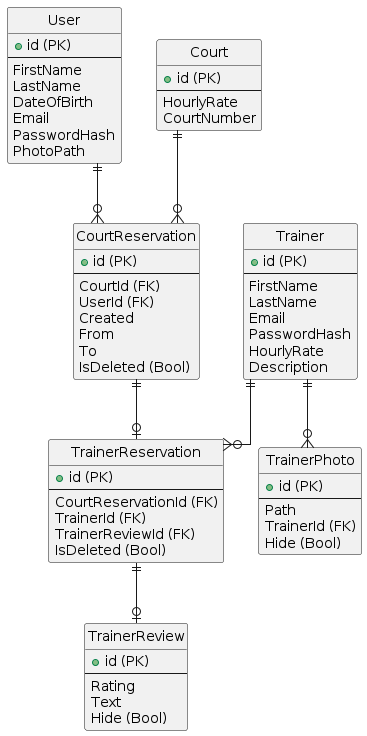
radohanculak/pv179-badminton keeps this PlantUML diagram as diagram/ERD.png. Above is the earlier version. The source it was exported from:
```plantuml
@startuml
hide circle

skinparam linetype ortho


entity User  {
  + id (PK)
  --
  FirstName
  LastName
  DateOfBirth
  Email
  PasswordHash
  PhotoPath
}

entity Trainer  {
  + id (PK)
  --
  FirstName
  LastName
  Email
  PasswordHash
  HourlyRate
  Description
}

entity TrainerPhoto {
  + id (PK)
  --
  Path
  TrainerId (FK)
  Hide (Bool)
}

entity TrainerReview {
  + id (PK)
  --
  Rating
  Text
  Hide (Bool)
}

entity Court {
  + id (PK)
  --
  HourlyRate
  CourtNumber
}

entity CourtReservation {
  + id (PK)
  --
  CourtId (FK)
  UserId (FK)
  Created
  From
  To
  IsDeleted (Bool)
}

entity TrainerReservation {
  + id (PK)
  --
  CourtReservationId (FK)
  TrainerId (FK)
  TrainerReviewId (FK)
  IsDeleted (Bool)
}

User ||--o{ CourtReservation
CourtReservation ||--o| TrainerReservation
Trainer ||--o{ TrainerReservation
Trainer ||--o{ TrainerPhoto
Court ||--o{ CourtReservation
TrainerReservation ||--o| TrainerReview
@enduml
```
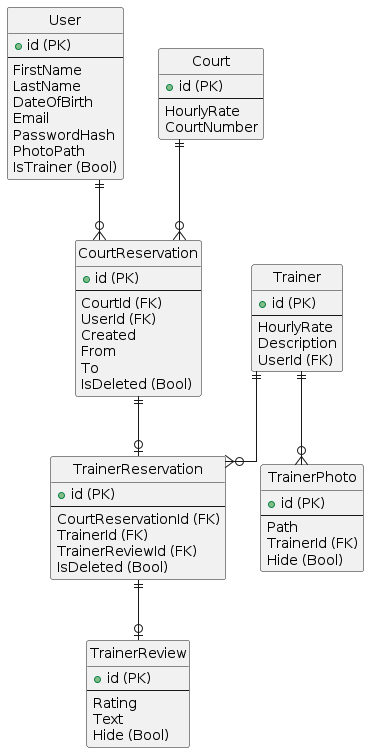
Above is the later version.

Commit message:
fix(diagram): now really consistent with our model

The edit, as a diff of the source:
```diff
@@ -13,17 +13,15 @@
   Email
   PasswordHash
   PhotoPath
+  IsTrainer (Bool)
 }
 
 entity Trainer  {
   + id (PK)
   --
-  FirstName
-  LastName
-  Email
-  PasswordHash
   HourlyRate
   Description
+  UserId (FK)
 }
 
 entity TrainerPhoto {
```
